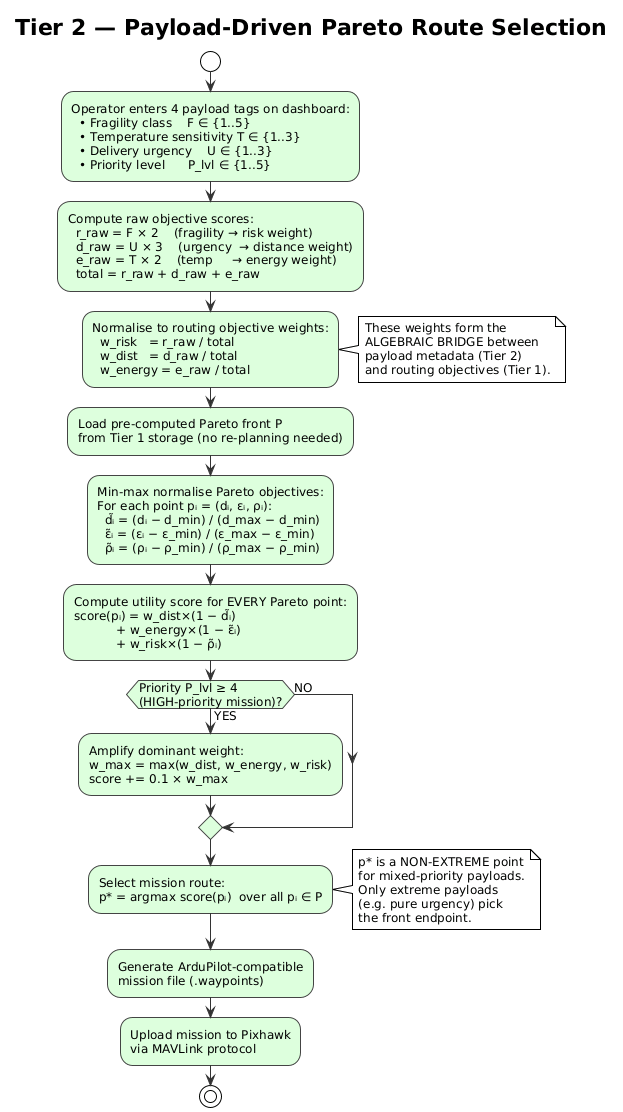
Earlier version of the PlantUML export Review 1/Phase 1 Report/diagrams/tier2.png (thirumuruganra/fyp-drone). Source of this version:
```plantuml
@startuml
!theme plain
skinparam defaultFontSize 12
skinparam ActivityBorderColor #444444
skinparam ActivityBackgroundColor #DDFFDD
skinparam ArrowColor #333333

title Tier 2 — Payload-Driven Pareto Route Selection

start

:Operator enters 4 payload tags on dashboard:\n  • Fragility class    F ∈ {1..5}\n  • Temperature sensitivity T ∈ {1..3}\n  • Delivery urgency    U ∈ {1..3}\n  • Priority level      P_lvl ∈ {1..5};

:Compute raw objective scores:\n  r_raw = F × 2    (fragility → risk weight)\n  d_raw = U × 3    (urgency  → distance weight)\n  e_raw = T × 2    (temp     → energy weight)\n  total = r_raw + d_raw + e_raw;

:Normalise to routing objective weights:\n  w_risk   = r_raw / total\n  w_dist   = d_raw / total\n  w_energy = e_raw / total;

note right
  These weights form the
  ALGEBRAIC BRIDGE between
  payload metadata (Tier 2)
  and routing objectives (Tier 1).
end note

:Load pre-computed Pareto front P\nfrom Tier 1 storage (no re-planning needed);

:Min-max normalise Pareto objectives:\nFor each point pᵢ = (dᵢ, εᵢ, ρᵢ):\n  d̃ᵢ = (dᵢ − d_min) / (d_max − d_min)\n  ε̃ᵢ = (εᵢ − ε_min) / (ε_max − ε_min)\n  ρ̃ᵢ = (ρᵢ − ρ_min) / (ρ_max − ρ_min);

:Compute utility score for EVERY Pareto point:\nscore(pᵢ) = w_dist×(1 − d̃ᵢ)\n           + w_energy×(1 − ε̃ᵢ)\n           + w_risk×(1 − ρ̃ᵢ);

if (Priority P_lvl ≥ 4\n(HIGH-priority mission)?) then (YES)
  :Amplify dominant weight:\nw_max = max(w_dist, w_energy, w_risk)\nscore += 0.1 × w_max;
else (NO)
endif

:Select mission route:\np* = argmax score(pᵢ)  over all pᵢ ∈ P;

note right
  p* is a NON-EXTREME point
  for mixed-priority payloads.
  Only extreme payloads
  (e.g. pure urgency) pick
  the front endpoint.
end note

:Generate ArduPilot-compatible\nmission file (.waypoints);

:Upload mission to Pixhawk\nvia MAVLink protocol;

stop
@enduml
```
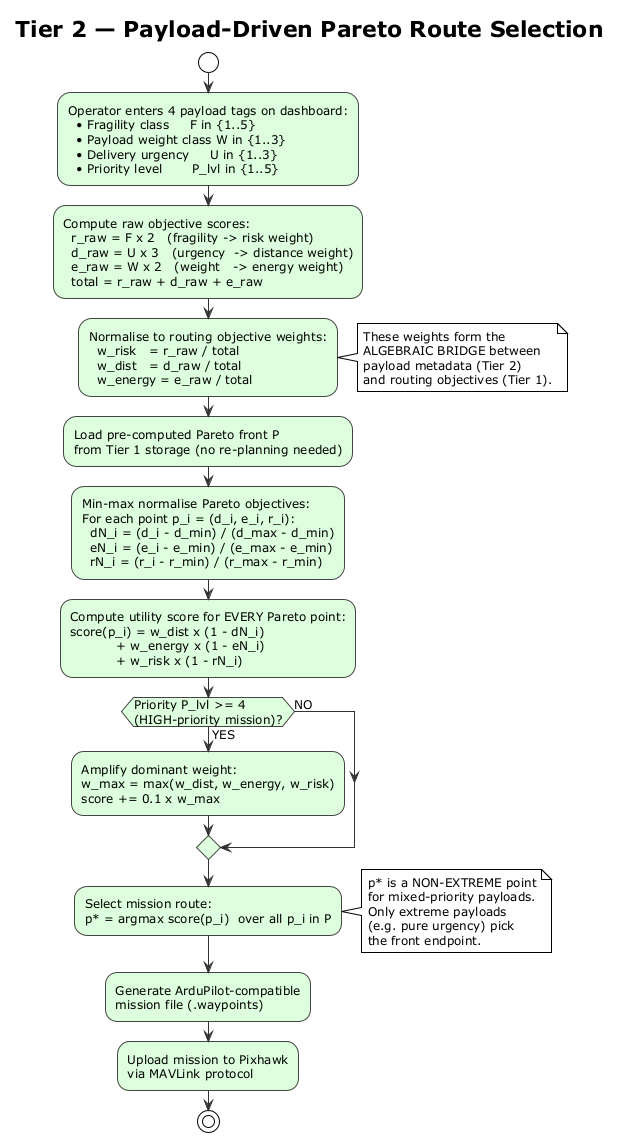
After the change.

Commit message:
docs(diagrams): replace unicode glyphs with ASCII in tier2 flowchart

The edit, as a diff of the source:
```diff
@@ -1,4 +1,4 @@
-@startuml
+@startuml tier2
 !theme plain
 skinparam defaultFontSize 12
 skinparam ActivityBorderColor #444444
@@ -9,9 +9,9 @@
 
 start
 
-:Operator enters 4 payload tags on dashboard:\n  • Fragility class    F ∈ {1..5}\n  • Temperature sensitivity T ∈ {1..3}\n  • Delivery urgency    U ∈ {1..3}\n  • Priority level      P_lvl ∈ {1..5};
+:Operator enters 4 payload tags on dashboard:\n  • Fragility class     F in {1..5}\n  • Payload weight class W in {1..3}\n  • Delivery urgency     U in {1..3}\n  • Priority level       P_lvl in {1..5};
 
-:Compute raw objective scores:\n  r_raw = F × 2    (fragility → risk weight)\n  d_raw = U × 3    (urgency  → distance weight)\n  e_raw = T × 2    (temp     → energy weight)\n  total = r_raw + d_raw + e_raw;
+:Compute raw objective scores:\n  r_raw = F x 2   (fragility -> risk weight)\n  d_raw = U x 3   (urgency  -> distance weight)\n  e_raw = W x 2   (weight   -> energy weight)\n  total = r_raw + d_raw + e_raw;
 
 :Normalise to routing objective weights:\n  w_risk   = r_raw / total\n  w_dist   = d_raw / total\n  w_energy = e_raw / total;
 
@@ -24,16 +24,16 @@
 
 :Load pre-computed Pareto front P\nfrom Tier 1 storage (no re-planning needed);
 
-:Min-max normalise Pareto objectives:\nFor each point pᵢ = (dᵢ, εᵢ, ρᵢ):\n  d̃ᵢ = (dᵢ − d_min) / (d_max − d_min)\n  ε̃ᵢ = (εᵢ − ε_min) / (ε_max − ε_min)\n  ρ̃ᵢ = (ρᵢ − ρ_min) / (ρ_max − ρ_min);
+:Min-max normalise Pareto objectives:\nFor each point p_i = (d_i, e_i, r_i):\n  dN_i = (d_i - d_min) / (d_max - d_min)\n  eN_i = (e_i - e_min) / (e_max - e_min)\n  rN_i = (r_i - r_min) / (r_max - r_min);
 
-:Compute utility score for EVERY Pareto point:\nscore(pᵢ) = w_dist×(1 − d̃ᵢ)\n           + w_energy×(1 − ε̃ᵢ)\n           + w_risk×(1 − ρ̃ᵢ);
+:Compute utility score for EVERY Pareto point:\nscore(p_i) = w_dist x (1 - dN_i)\n           + w_energy x (1 - eN_i)\n           + w_risk x (1 - rN_i);
 
-if (Priority P_lvl ≥ 4\n(HIGH-priority mission)?) then (YES)
-  :Amplify dominant weight:\nw_max = max(w_dist, w_energy, w_risk)\nscore += 0.1 × w_max;
+if (Priority P_lvl >= 4\n(HIGH-priority mission)?) then (YES)
+  :Amplify dominant weight:\nw_max = max(w_dist, w_energy, w_risk)\nscore += 0.1 x w_max;
 else (NO)
 endif
 
-:Select mission route:\np* = argmax score(pᵢ)  over all pᵢ ∈ P;
+:Select mission route:\np* = argmax score(p_i)  over all p_i in P;
 
 note right
   p* is a NON-EXTREME point
```
